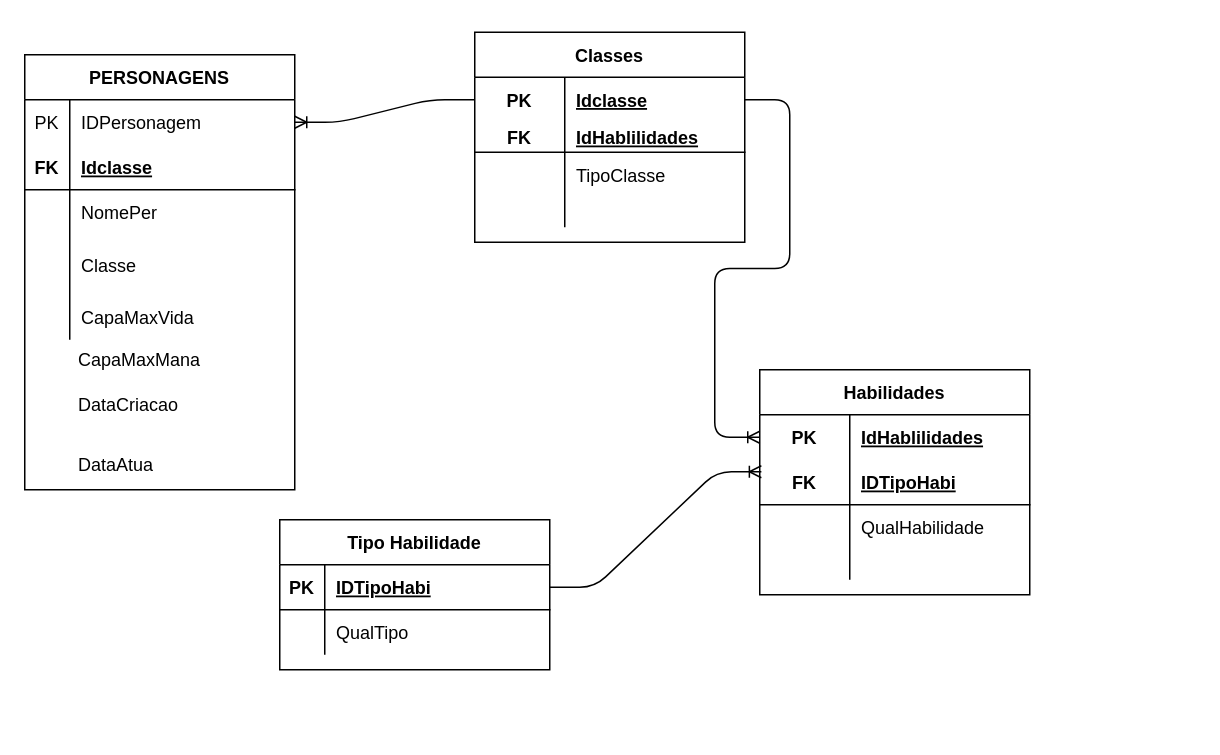
Quatrochifh/ProjetoHROADS keeps this draw.io diagram as page "LOGICO" (2 of 2) of ²Modelagem/ProjetoHroads(Conceitual e logico).drawio. Above is the earlier version. Source tidied: cells renumbered, new cells numbered last; positions are measured from the earlier drawing's top-left corner, leaving out a move shared by most shapes. Both pictures are drawn from the tidied source at 150%, with x=0, y=0 at pixel (24, 32).
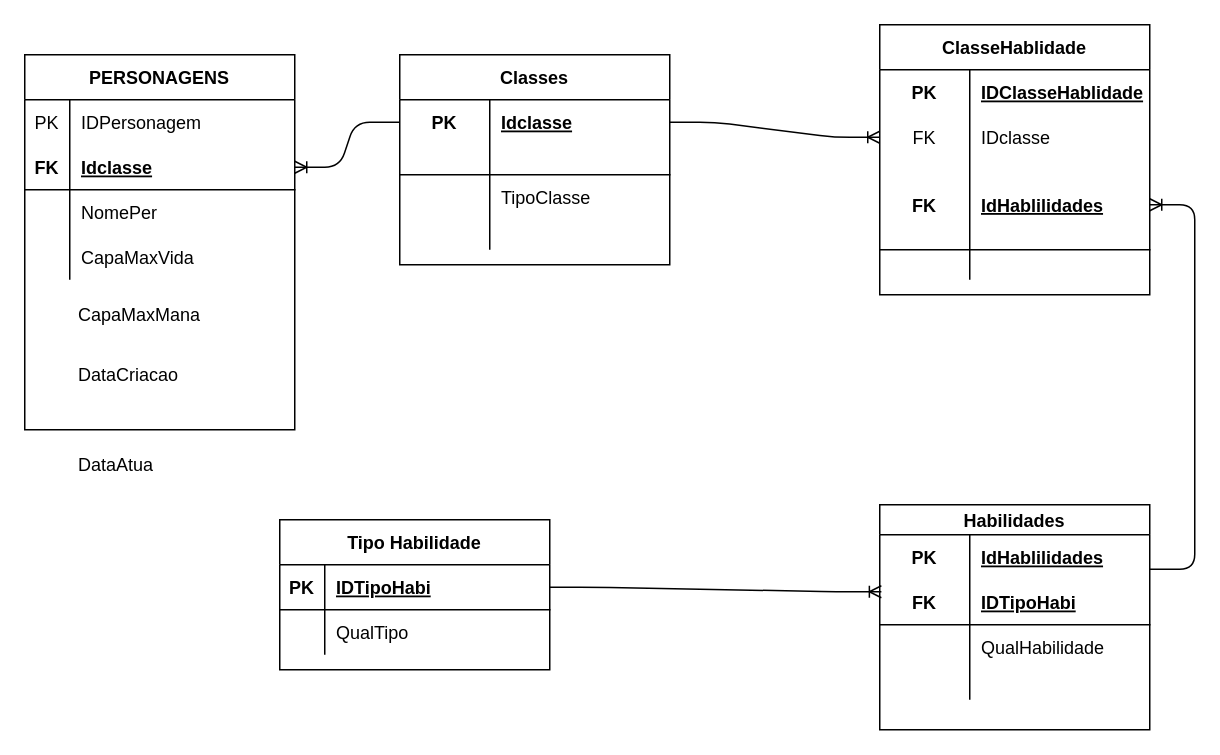
The same diagram, later.

Unchanged cells that the change refers to:
```xml
<mxCell id="3" style="shape=partialRectangle;fillColor=none;top=0;left=0;bottom=0;right=0;points=[[0,0.5],[1,0.5]];portConstraint=eastwest;" parent="2" vertex="1">
  <mxGeometry y="30" width="180" height="30" as="geometry" />
</mxCell>
<mxCell id="6" style="shape=partialRectangle;fillColor=none;top=0;left=0;bottom=1;right=0;points=[[0,0.5],[1,0.5]];portConstraint=eastwest;" parent="2" vertex="1">
  <mxGeometry y="60" width="180" height="30" as="geometry" />
</mxCell>
<mxCell id="19" style="shape=partialRectangle;fillColor=none;top=0;left=0;bottom=0;right=0;points=[[0,0.5],[1,0.5]];portConstraint=eastwest;" parent="18" vertex="1">
  <mxGeometry y="30" width="180" height="30" as="geometry" />
</mxCell>
```

Change to the diagram source:
```diff
@@
     <mxCell id="2" value="PERSONAGENS" style="shape=table;startSize=30;childLayout=tableLayout;rowLines=0;fontStyle=1;align=center;" parent="1" vertex="1">
-      <mxGeometry y="15" width="180" height="290" as="geometry" />
+      <mxGeometry y="15" width="180" height="250" as="geometry" />
     </mxCell>
@@
-    <mxCell id="12" style="shape=partialRectangle;fillColor=none;top=0;left=0;bottom=0;right=0;" parent="2" vertex="1">
-      <mxGeometry y="120" width="180" height="40" as="geometry" />
-    </mxCell>
-    <mxCell id="13" style="shape=partialRectangle;fillColor=none;top=0;left=0;bottom=0;right=0;overflow=hidden;" parent="12" vertex="1">
-      <mxGeometry width="30" height="40" as="geometry" />
-    </mxCell>
-    <mxCell id="14" value="Classe" style="shape=partialRectangle;fillColor=none;top=0;left=0;bottom=0;right=0;align=left;spacingLeft=6;overflow=hidden;" parent="12" vertex="1">
-      <mxGeometry x="30" width="150" height="40" as="geometry" />
-    </mxCell>
     <mxCell id="15" style="shape=partialRectangle;fillColor=none;top=0;left=0;bottom=0;right=0;" parent="2" vertex="1">
-      <mxGeometry y="160" width="180" height="30" as="geometry" />
+      <mxGeometry y="120" width="180" height="30" as="geometry" />
     </mxCell>
@@
     <mxCell id="18" value="Classes" style="shape=table;startSize=30;childLayout=tableLayout;rowLines=0;fontStyle=1;align=center;" parent="1" vertex="1">
-      <mxGeometry x="300" width="180" height="140" as="geometry" />
+      <mxGeometry x="250" y="15" width="180" height="140" as="geometry" />
     </mxCell>
@@
     <mxCell id="31" value="CapaMaxMana" style="text;strokeColor=none;fillColor=none;spacingLeft=4;spacingRight=4;overflow=hidden;fontSize=12;" parent="1" vertex="1">
-      <mxGeometry x="30" y="205" width="150" height="30" as="geometry" />
+      <mxGeometry x="30" y="175" width="150" height="30" as="geometry" />
     </mxCell>
@@
     <mxCell id="33" value="DataCriacao" style="text;strokeColor=none;fillColor=none;spacingLeft=4;spacingRight=4;overflow=hidden;fontSize=12;" parent="1" vertex="1">
-      <mxGeometry x="30" y="235" width="150" height="30" as="geometry" />
+      <mxGeometry x="30" y="215" width="150" height="30" as="geometry" />
     </mxCell>
-    <mxCell id="34" value="Habilidades" style="shape=table;startSize=30;childLayout=tableLayout;rowLines=0;fontStyle=1;align=center;" parent="1" vertex="1">
-      <mxGeometry x="490" y="225" width="180" height="150" as="geometry" />
+    <mxCell id="34" value="Habilidades" style="shape=table;startSize=20;childLayout=tableLayout;rowLines=0;fontStyle=1;align=center;" parent="1" vertex="1">
+      <mxGeometry x="570" y="315" width="180" height="150" as="geometry" />
     </mxCell>
     <mxCell id="35" style="shape=partialRectangle;fillColor=none;top=0;left=0;bottom=0;right=0;points=[[0,0.5],[1,0.5]];portConstraint=eastwest;" parent="34" vertex="1">
-      <mxGeometry y="30" width="180" height="30" as="geometry" />
+      <mxGeometry y="20" width="180" height="30" as="geometry" />
     </mxCell>
@@
     <mxCell id="38" style="shape=partialRectangle;fillColor=none;top=0;left=0;bottom=1;right=0;points=[[0,0.5],[1,0.5]];portConstraint=eastwest;" parent="34" vertex="1">
-      <mxGeometry y="60" width="180" height="30" as="geometry" />
+      <mxGeometry y="50" width="180" height="30" as="geometry" />
     </mxCell>
@@
     <mxCell id="41" style="shape=partialRectangle;fillColor=none;top=0;left=0;bottom=0;right=0;" parent="34" vertex="1">
-      <mxGeometry y="90" width="180" height="30" as="geometry" />
+      <mxGeometry y="80" width="180" height="30" as="geometry" />
     </mxCell>
@@
     <mxCell id="44" style="shape=partialRectangle;fillColor=none;top=0;left=0;bottom=0;right=0;" parent="34" vertex="1">
-      <mxGeometry y="120" width="180" height="20" as="geometry" />
+      <mxGeometry y="110" width="180" height="20" as="geometry" />
     </mxCell>
@@
-    <mxCell id="47" value="FK" style="shape=partialRectangle;fillColor=none;top=0;left=0;bottom=0;right=0;fontStyle=1;overflow=hidden;" parent="1" vertex="1">
-      <mxGeometry x="300" y="55" width="60" height="30" as="geometry" />
-    </mxCell>
-    <mxCell id="48" value="IdHablilidades" style="shape=partialRectangle;fillColor=none;top=0;left=0;bottom=0;right=0;align=left;spacingLeft=6;fontStyle=5;overflow=hidden;" parent="1" vertex="1">
-      <mxGeometry x="360" y="55" width="120" height="30" as="geometry" />
-    </mxCell>
@@
-    <mxCell id="56" style="edgeStyle=entityRelationEdgeStyle;fontSize=12;html=1;endArrow=ERoneToMany;exitX=0;exitY=0.5;exitDx=0;exitDy=0;entryX=1;entryY=0.5;entryDx=0;entryDy=0;" parent="1" edge="1" source="19" target="3">
+    <mxCell id="56" style="edgeStyle=entityRelationEdgeStyle;fontSize=12;html=1;endArrow=ERoneToMany;exitX=0;exitY=0.5;exitDx=0;exitDy=0;entryX=1;entryY=0.5;entryDx=0;entryDy=0;" parent="1" edge="1" source="19" target="6">
       <mxGeometry relative="1" as="geometry" />
     </mxCell>
-    <mxCell id="57" style="edgeStyle=entityRelationEdgeStyle;fontSize=12;html=1;endArrow=ERoneToMany;exitX=1;exitY=0.5;exitDx=0;exitDy=0;entryX=0;entryY=0.5;entryDx=0;entryDy=0;" parent="1" edge="1" source="19" target="35">
+    <mxCell id="57" style="edgeStyle=entityRelationEdgeStyle;fontSize=12;html=1;endArrow=ERoneToMany;exitX=1;exitY=0.5;exitDx=0;exitDy=0;entryX=0;entryY=0.5;entryDx=0;entryDy=0;" parent="1" edge="1" source="19" target="63">
       <mxGeometry relative="1" as="geometry" />
     </mxCell>
@@
+    <mxCell id="59" value="ClasseHablidade" style="shape=table;startSize=30;childLayout=tableLayout;rowLines=0;fontStyle=1;align=center;" parent="1" vertex="1">
+      <mxGeometry x="570" y="-5" width="180" height="180" as="geometry" />
+    </mxCell>
+    <mxCell id="60" style="shape=partialRectangle;fillColor=none;top=0;left=0;bottom=0;right=0;" parent="59" vertex="1">
+      <mxGeometry y="30" width="180" height="30" as="geometry" />
+    </mxCell>
+    <mxCell id="61" value="PK" style="shape=partialRectangle;fillColor=none;top=0;left=0;bottom=0;right=0;fontStyle=1;overflow=hidden;" parent="60" vertex="1">
+      <mxGeometry width="60" height="30" as="geometry" />
+    </mxCell>
+    <mxCell id="62" value="IDClasseHablidade" style="shape=partialRectangle;fillColor=none;top=0;left=0;bottom=0;right=0;align=left;spacingLeft=6;fontStyle=5;overflow=hidden;" parent="60" vertex="1">
+      <mxGeometry x="60" width="120" height="30" as="geometry" />
+    </mxCell>
+    <mxCell id="63" style="shape=partialRectangle;fillColor=none;top=0;left=0;bottom=0;right=0;points=[[0,0.5],[1,0.5]];portConstraint=eastwest;" parent="59" vertex="1">
+      <mxGeometry y="60" width="180" height="30" as="geometry" />
+    </mxCell>
+    <mxCell id="64" value="FK" style="shape=partialRectangle;fillColor=none;top=0;left=0;bottom=0;right=0;fontStyle=0;overflow=hidden;" parent="63" vertex="1">
+      <mxGeometry width="60" height="30" as="geometry" />
+    </mxCell>
+    <mxCell id="65" value="IDclasse" style="shape=partialRectangle;fillColor=none;top=0;left=0;bottom=0;right=0;align=left;spacingLeft=6;fontStyle=0;overflow=hidden;" parent="63" vertex="1">
+      <mxGeometry x="60" width="120" height="30" as="geometry" />
+    </mxCell>
+    <mxCell id="66" style="shape=partialRectangle;fillColor=none;top=0;left=0;bottom=1;right=0;points=[[0,0.5],[1,0.5]];portConstraint=eastwest;" parent="59" vertex="1">
+      <mxGeometry y="90" width="180" height="60" as="geometry" />
+    </mxCell>
+    <mxCell id="47" value="FK" style="shape=partialRectangle;fillColor=none;top=0;left=0;bottom=0;right=0;fontStyle=1;overflow=hidden;" parent="66" vertex="1">
+      <mxGeometry width="60" height="60" as="geometry" />
+    </mxCell>
+    <mxCell id="48" value="IdHablilidades" style="shape=partialRectangle;fillColor=none;top=0;left=0;bottom=0;right=0;align=left;spacingLeft=6;fontStyle=5;overflow=hidden;" parent="66" vertex="1">
+      <mxGeometry x="60" width="120" height="60" as="geometry" />
+    </mxCell>
+    <mxCell id="67" style="shape=partialRectangle;fillColor=none;top=0;left=0;bottom=0;right=0;" parent="59" vertex="1">
+      <mxGeometry y="150" width="180" height="20" as="geometry" />
+    </mxCell>
+    <mxCell id="68" style="shape=partialRectangle;fillColor=none;top=0;left=0;bottom=0;right=0;overflow=hidden;" parent="67" vertex="1">
+      <mxGeometry width="60" height="20" as="geometry" />
+    </mxCell>
+    <mxCell id="69" style="shape=partialRectangle;fillColor=none;top=0;left=0;bottom=0;right=0;align=left;spacingLeft=6;overflow=hidden;" parent="67" vertex="1">
+      <mxGeometry x="60" width="120" height="20" as="geometry" />
+    </mxCell>
+    <mxCell id="70" style="edgeStyle=entityRelationEdgeStyle;fontSize=12;html=1;endArrow=ERoneToMany;exitX=1;exitY=0.767;exitDx=0;exitDy=0;exitPerimeter=0;entryX=1;entryY=0.5;entryDx=0;entryDy=0;" parent="1" edge="1" source="35" target="66">
+      <mxGeometry relative="1" as="geometry" />
+    </mxCell>
```
